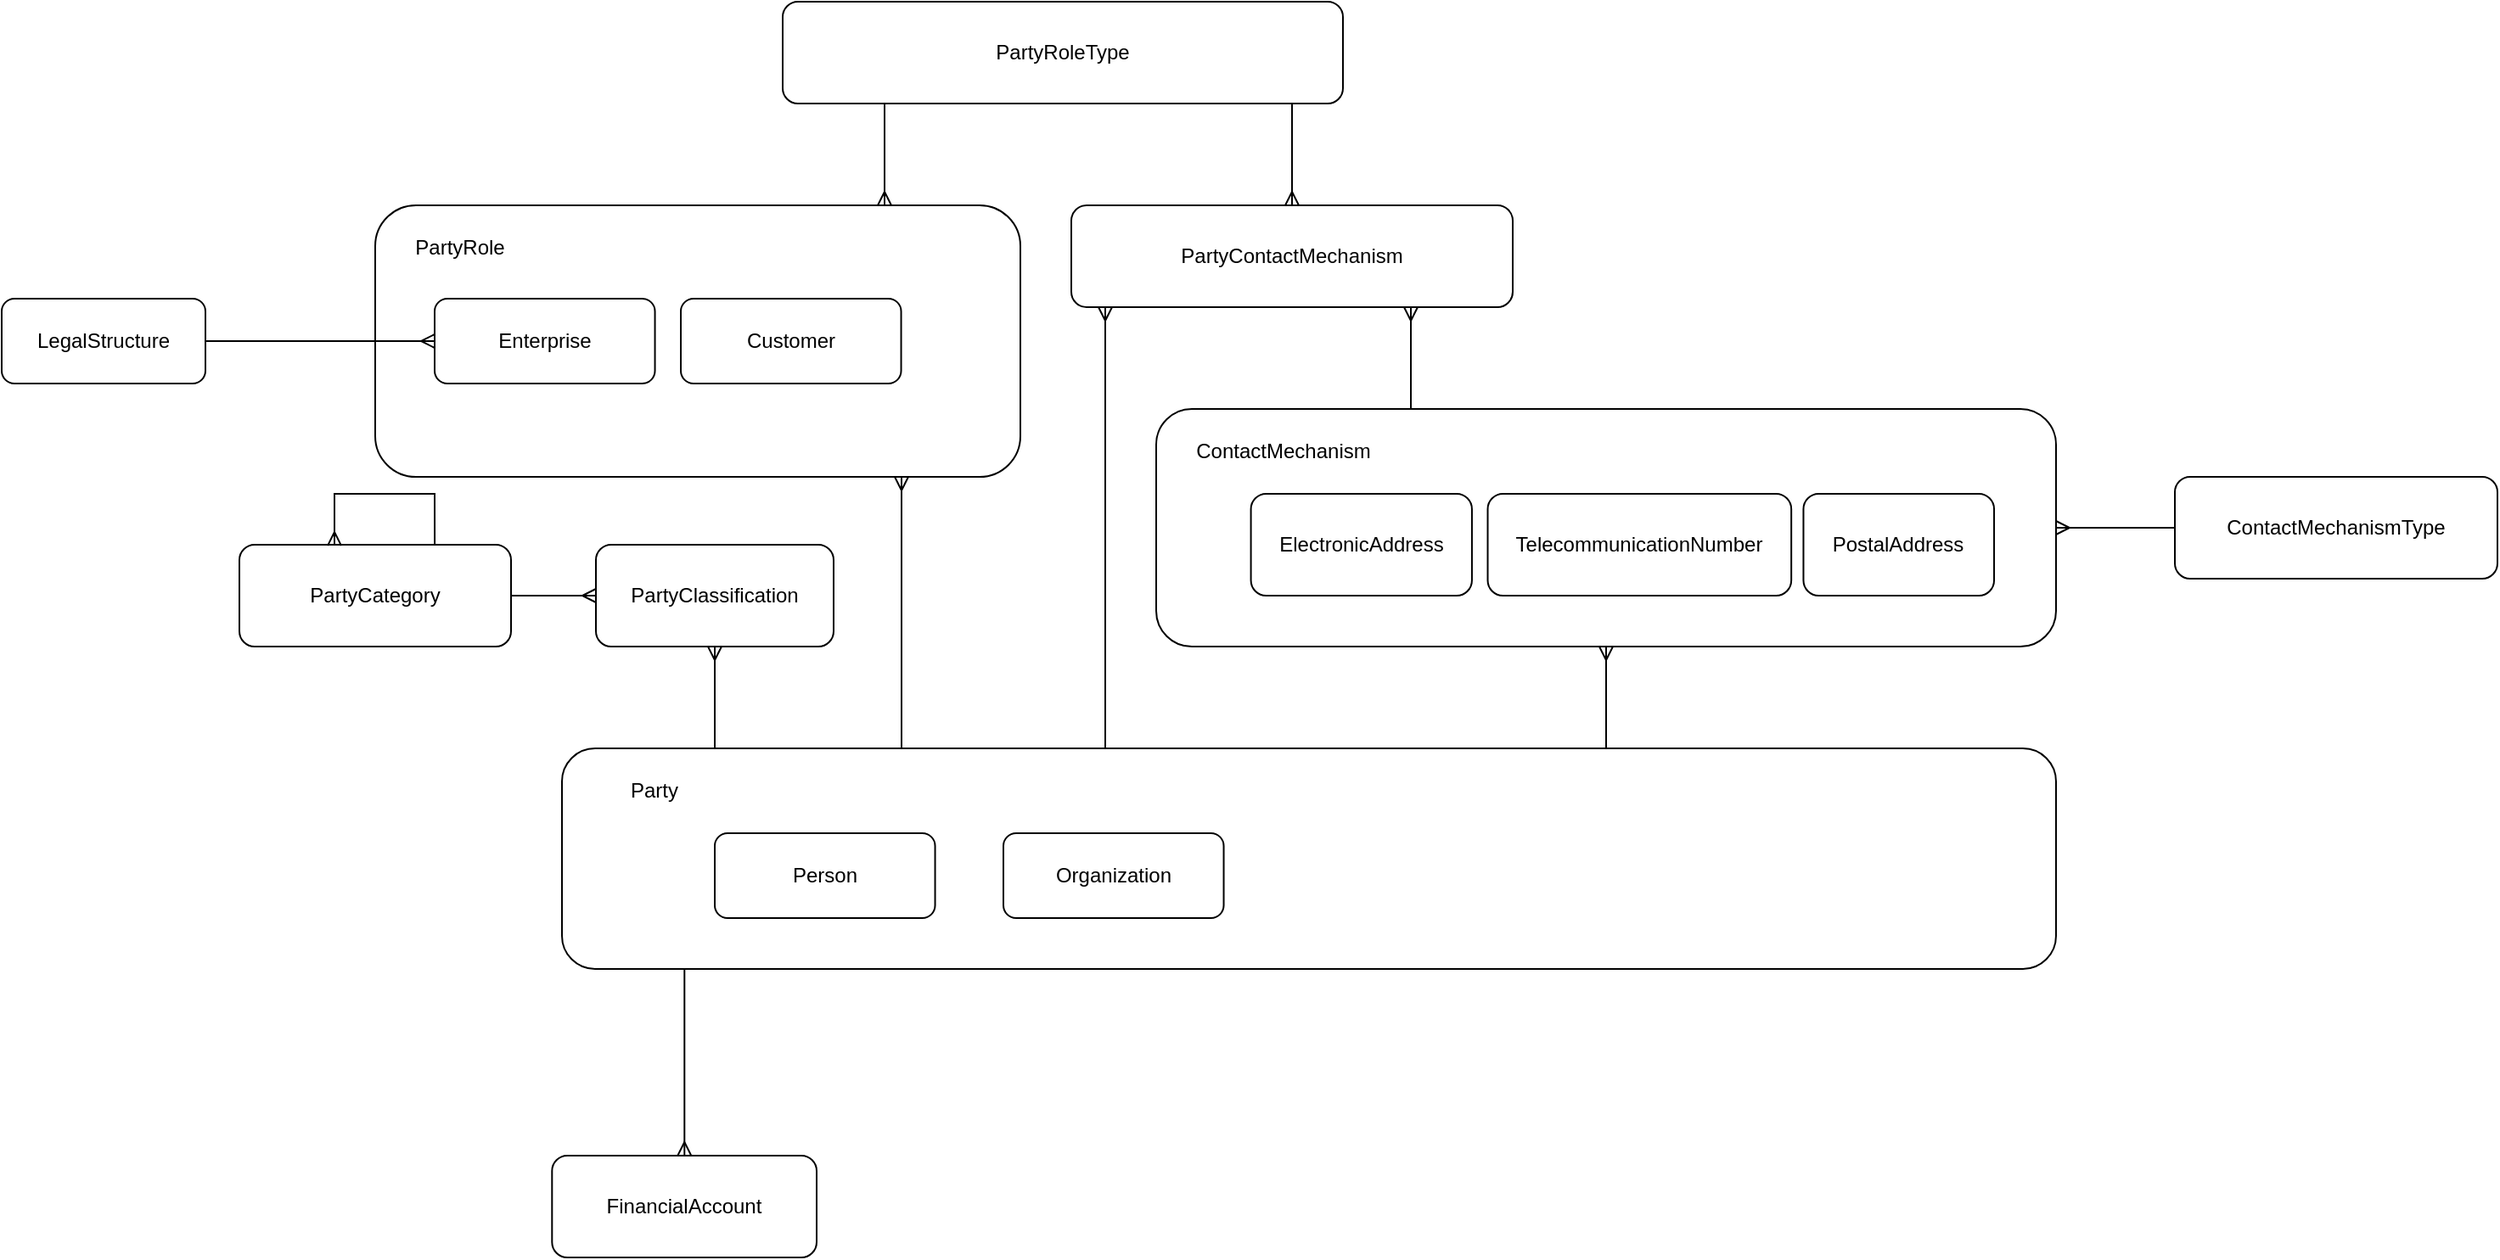
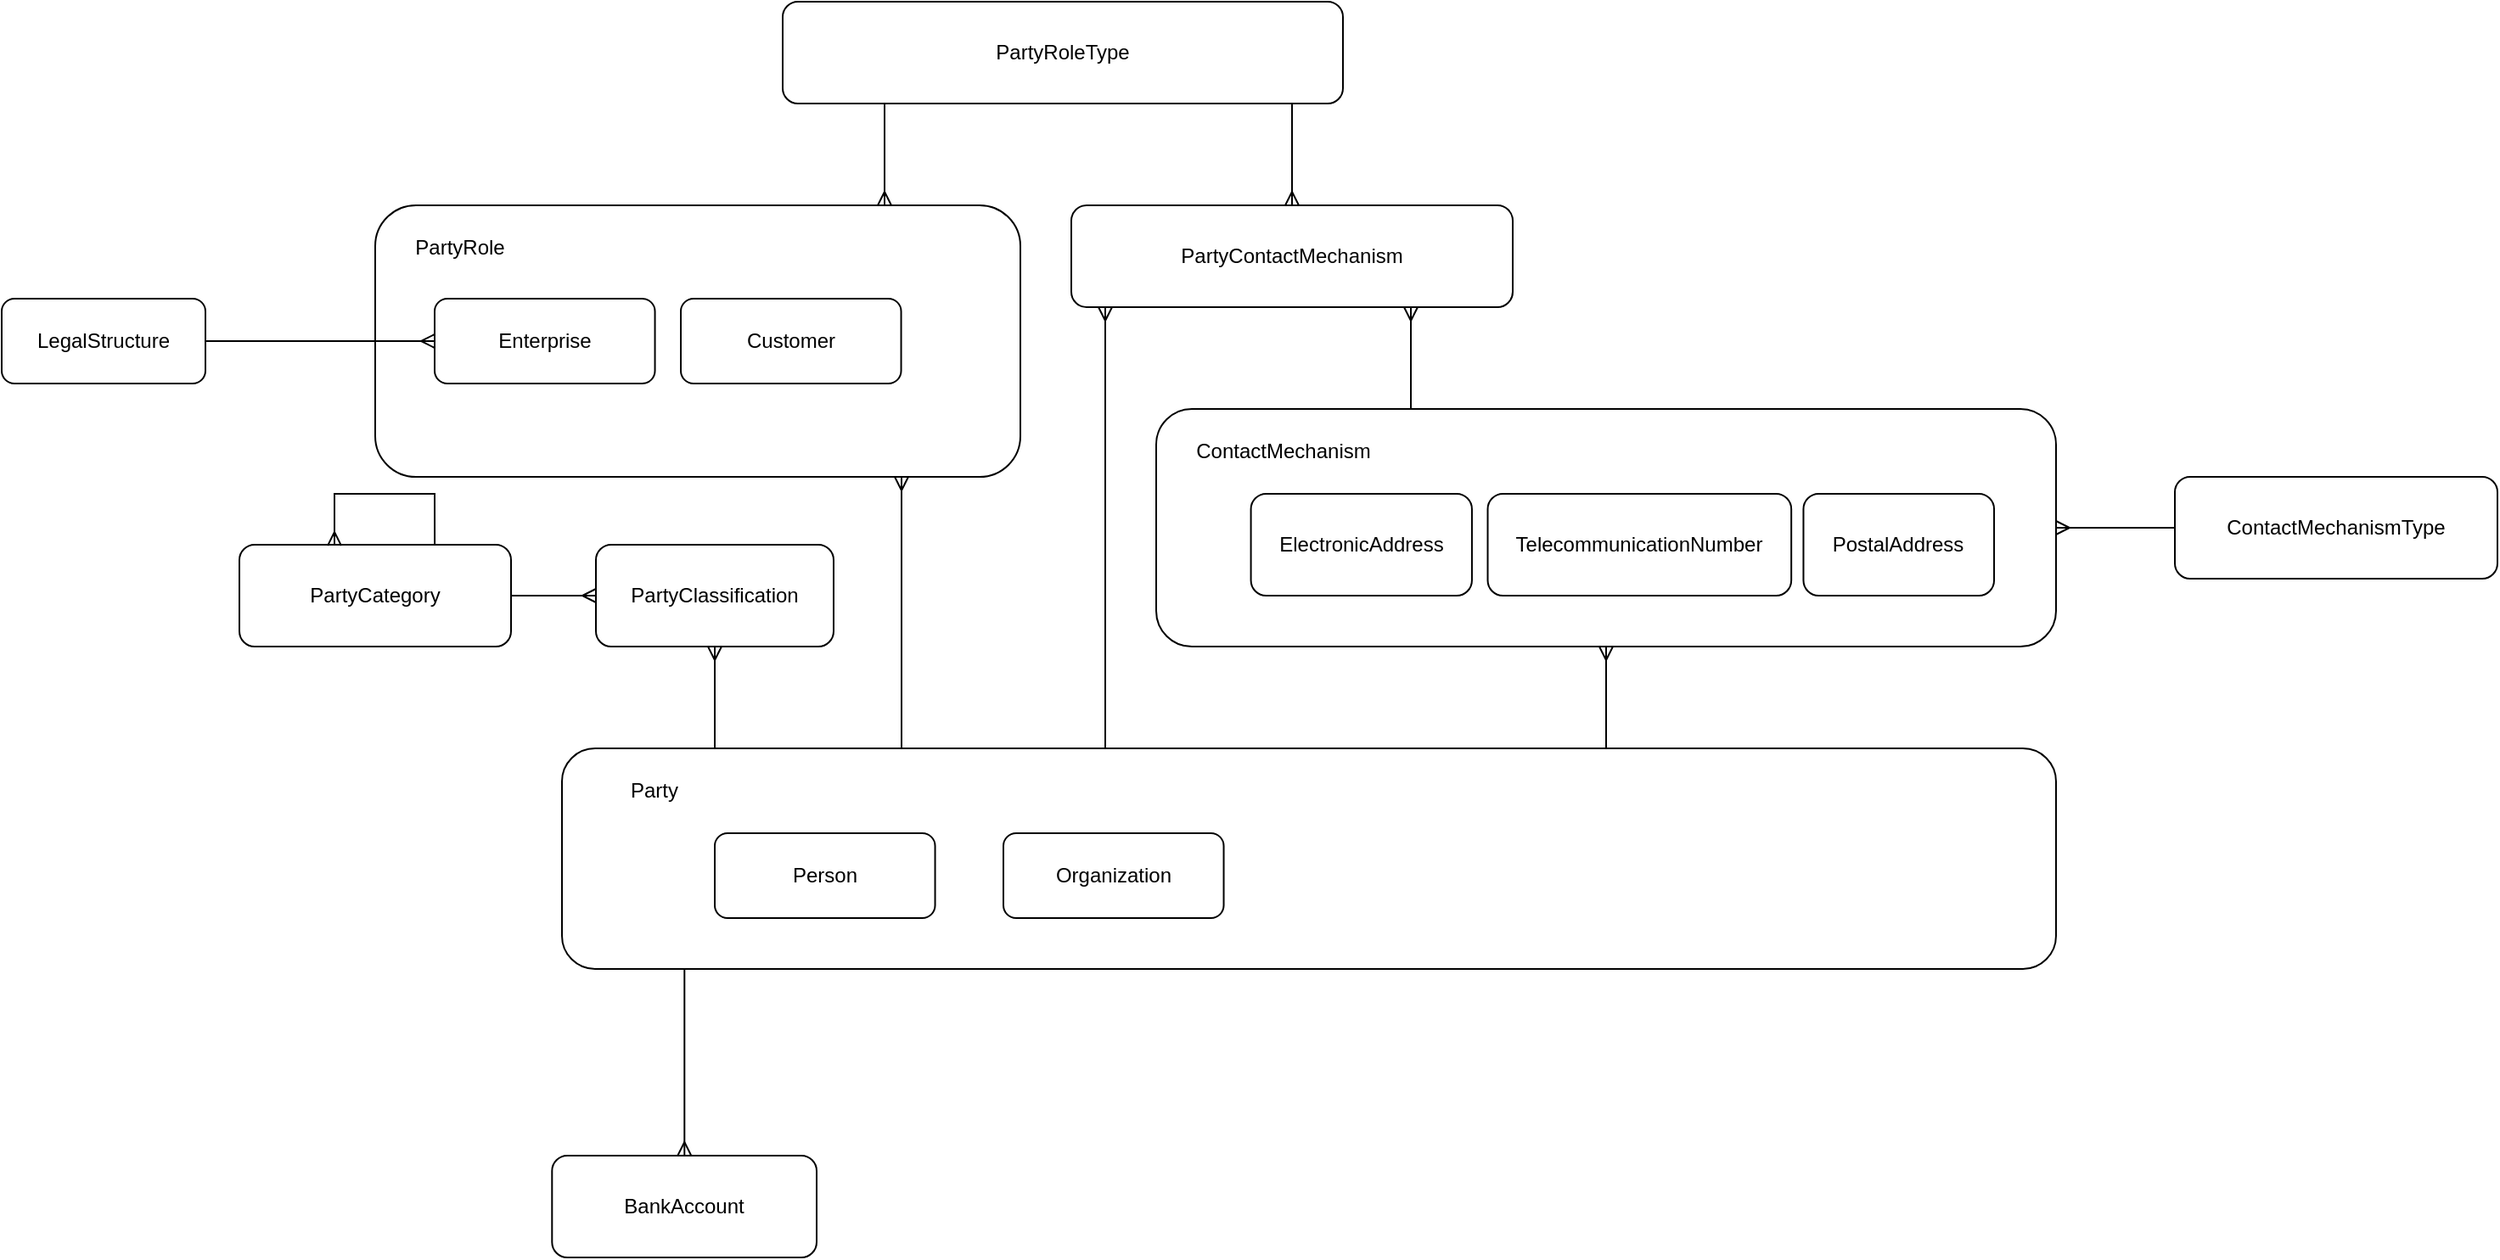
<mxfile host="app.diagrams.net" agent="Mozilla/5.0 (Windows NT 10.0; Win64; x64) AppleWebKit/537.36 (KHTML, like Gecko) Chrome/141.0.0.0 Safari/537.36" version="28.2.9">
  <diagram name="Page-1" id="d0nJ6Fx9cUZLMqGtfM0H">
-     <mxGraphModel dx="2076" dy="1832" grid="1" gridSize="10" guides="1" tooltips="1" connect="1" arrows="1" fold="1" page="1" pageScale="1" pageWidth="850" pageHeight="1100" math="0" shadow="0">
+     <mxGraphModel dx="1445" dy="1455" grid="1" gridSize="10" guides="1" tooltips="1" connect="1" arrows="1" fold="1" page="1" pageScale="1" pageWidth="850" pageHeight="1100" math="0" shadow="0">
      <root>
        <mxCell id="0" />
        <mxCell id="1" parent="0" />
        <mxCell id="tdPrWEJd15tEannaNgth-4" style="edgeStyle=orthogonalEdgeStyle;rounded=0;orthogonalLoop=1;jettySize=auto;html=1;startArrow=ERmany;startFill=0;endArrow=none;endFill=0;" edge="1" parent="1" source="tdPrWEJd15tEannaNgth-2" target="tdPrWEJd15tEannaNgth-3">
          <mxGeometry relative="1" as="geometry" />
        </mxCell>
        <mxCell id="tdPrWEJd15tEannaNgth-3" value="ContactMechanismType" style="rounded=1;whiteSpace=wrap;html=1;" vertex="1" parent="1">
          <mxGeometry x="600" y="250" width="190" height="60" as="geometry" />
        </mxCell>
        <mxCell id="tdPrWEJd15tEannaNgth-13" value="PartyRoleType" style="rounded=1;whiteSpace=wrap;html=1;" vertex="1" parent="1">
          <mxGeometry x="-220" y="-30" width="330" height="60" as="geometry" />
        </mxCell>
        <mxCell id="tdPrWEJd15tEannaNgth-14" style="edgeStyle=orthogonalEdgeStyle;rounded=0;orthogonalLoop=1;jettySize=auto;html=1;startArrow=ERmany;startFill=0;endArrow=none;endFill=0;" edge="1" parent="1" source="tdPrWEJd15tEannaNgth-15" target="tdPrWEJd15tEannaNgth-13">
          <mxGeometry relative="1" as="geometry">
            <mxPoint x="730" y="420" as="sourcePoint" />
            <mxPoint x="730" y="340" as="targetPoint" />
            <Array as="points">
              <mxPoint x="50" y="20" />
              <mxPoint x="50" y="20" />
            </Array>
          </mxGeometry>
        </mxCell>
        <mxCell id="tdPrWEJd15tEannaNgth-15" value="PartyContactMechanism" style="rounded=1;whiteSpace=wrap;html=1;" vertex="1" parent="1">
          <mxGeometry x="-50" y="90" width="260" height="60" as="geometry" />
        </mxCell>
        <mxCell id="tdPrWEJd15tEannaNgth-18" style="edgeStyle=orthogonalEdgeStyle;rounded=0;orthogonalLoop=1;jettySize=auto;html=1;startArrow=ERmany;startFill=0;endArrow=none;endFill=0;" edge="1" parent="1" source="tdPrWEJd15tEannaNgth-15">
          <mxGeometry relative="1" as="geometry">
            <mxPoint x="-30.00117647058829" y="130" as="sourcePoint" />
            <mxPoint x="-30.00117647058829" y="410" as="targetPoint" />
            <Array as="points">
              <mxPoint x="-30" y="210" />
              <mxPoint x="-30" y="210" />
            </Array>
          </mxGeometry>
        </mxCell>
        <mxCell id="tdPrWEJd15tEannaNgth-19" value="" style="group" vertex="1" connectable="0" parent="1">
          <mxGeometry y="210" width="530" height="140" as="geometry" />
        </mxCell>
        <mxCell id="tdPrWEJd15tEannaNgth-2" value="" style="rounded=1;whiteSpace=wrap;html=1;" vertex="1" parent="tdPrWEJd15tEannaNgth-19">
          <mxGeometry width="530" height="140" as="geometry" />
        </mxCell>
        <mxCell id="tdPrWEJd15tEannaNgth-5" value="ElectronicAddress" style="rounded=1;whiteSpace=wrap;html=1;" vertex="1" parent="tdPrWEJd15tEannaNgth-19">
          <mxGeometry x="55.78947368421052" y="50" width="130.17543859649123" height="60" as="geometry" />
        </mxCell>
        <mxCell id="tdPrWEJd15tEannaNgth-6" value="TelecommunicationNumber" style="rounded=1;whiteSpace=wrap;html=1;" vertex="1" parent="tdPrWEJd15tEannaNgth-19">
          <mxGeometry x="195.26315789473682" y="50" width="178.81456140350878" height="60" as="geometry" />
        </mxCell>
        <mxCell id="tdPrWEJd15tEannaNgth-7" value="ContactMechanism" style="text;html=1;whiteSpace=wrap;strokeColor=none;fillColor=none;align=center;verticalAlign=middle;rounded=0;" vertex="1" parent="tdPrWEJd15tEannaNgth-19">
          <mxGeometry x="27.896882591093107" y="10" width="94.41295546558705" height="30" as="geometry" />
        </mxCell>
        <mxCell id="tdPrWEJd15tEannaNgth-8" value="PostalAddress" style="rounded=1;whiteSpace=wrap;html=1;" vertex="1" parent="tdPrWEJd15tEannaNgth-19">
          <mxGeometry x="381.2280701754386" y="50" width="112.29491228070175" height="60" as="geometry" />
        </mxCell>
        <mxCell id="tdPrWEJd15tEannaNgth-20" style="edgeStyle=orthogonalEdgeStyle;rounded=0;orthogonalLoop=1;jettySize=auto;html=1;startArrow=ERmany;startFill=0;endArrow=none;endFill=0;" edge="1" parent="1" source="tdPrWEJd15tEannaNgth-15" target="tdPrWEJd15tEannaNgth-2">
          <mxGeometry relative="1" as="geometry">
            <mxPoint x="370" y="120" as="sourcePoint" />
            <mxPoint x="370" y="430" as="targetPoint" />
            <Array as="points">
              <mxPoint x="150" y="160" />
              <mxPoint x="150" y="160" />
            </Array>
          </mxGeometry>
        </mxCell>
        <mxCell id="tdPrWEJd15tEannaNgth-21" style="edgeStyle=orthogonalEdgeStyle;rounded=0;orthogonalLoop=1;jettySize=auto;html=1;startArrow=ERmany;startFill=0;endArrow=none;endFill=0;" edge="1" parent="1" source="tdPrWEJd15tEannaNgth-2" target="tdPrWEJd15tEannaNgth-1">
          <mxGeometry relative="1" as="geometry">
            <mxPoint x="240" y="400" as="sourcePoint" />
            <mxPoint x="240" y="470" as="targetPoint" />
            <Array as="points">
              <mxPoint x="305" y="420" />
              <mxPoint x="305" y="420" />
            </Array>
          </mxGeometry>
        </mxCell>
        <mxCell id="tdPrWEJd15tEannaNgth-22" value="LegalStructure" style="rounded=1;whiteSpace=wrap;html=1;" vertex="1" parent="1">
          <mxGeometry x="-680" y="145" width="120" height="50" as="geometry" />
        </mxCell>
        <mxCell id="tdPrWEJd15tEannaNgth-27" value="PartyClassification" style="rounded=1;whiteSpace=wrap;html=1;" vertex="1" parent="1">
          <mxGeometry x="-330" y="290" width="140" height="60" as="geometry" />
        </mxCell>
        <mxCell id="tdPrWEJd15tEannaNgth-28" value="PartyCategory" style="rounded=1;whiteSpace=wrap;html=1;" vertex="1" parent="1">
          <mxGeometry x="-540" y="290" width="160" height="60" as="geometry" />
        </mxCell>
        <mxCell id="tdPrWEJd15tEannaNgth-31" style="edgeStyle=orthogonalEdgeStyle;rounded=0;orthogonalLoop=1;jettySize=auto;html=1;startArrow=ERmany;startFill=0;endArrow=none;endFill=0;" edge="1" parent="1" source="tdPrWEJd15tEannaNgth-27" target="tdPrWEJd15tEannaNgth-1">
          <mxGeometry relative="1" as="geometry">
            <mxPoint x="-260" y="180" as="sourcePoint" />
            <mxPoint x="-260" y="250" as="targetPoint" />
            <Array as="points">
              <mxPoint x="-260" y="370" />
              <mxPoint x="-260" y="370" />
            </Array>
          </mxGeometry>
        </mxCell>
        <mxCell id="tdPrWEJd15tEannaNgth-32" style="edgeStyle=orthogonalEdgeStyle;rounded=0;orthogonalLoop=1;jettySize=auto;html=1;startArrow=ERmany;startFill=0;endArrow=none;endFill=0;" edge="1" parent="1" source="tdPrWEJd15tEannaNgth-27" target="tdPrWEJd15tEannaNgth-28">
          <mxGeometry relative="1" as="geometry">
            <mxPoint x="-230" y="200" as="sourcePoint" />
            <mxPoint x="-230" y="270" as="targetPoint" />
            <Array as="points" />
          </mxGeometry>
        </mxCell>
        <mxCell id="tdPrWEJd15tEannaNgth-33" style="edgeStyle=orthogonalEdgeStyle;rounded=0;orthogonalLoop=1;jettySize=auto;html=1;startArrow=ERmany;startFill=0;endArrow=none;endFill=0;exitX=0.35;exitY=0.009;exitDx=0;exitDy=0;exitPerimeter=0;entryX=0.719;entryY=0;entryDx=0;entryDy=0;entryPerimeter=0;" edge="1" parent="1" source="tdPrWEJd15tEannaNgth-28" target="tdPrWEJd15tEannaNgth-28">
          <mxGeometry relative="1" as="geometry">
            <mxPoint x="-485" y="280" as="sourcePoint" />
            <mxPoint x="-425" y="280" as="targetPoint" />
            <Array as="points">
              <mxPoint x="-484" y="260" />
              <mxPoint x="-425" y="260" />
            </Array>
          </mxGeometry>
        </mxCell>
        <mxCell id="tdPrWEJd15tEannaNgth-35" value="" style="rounded=1;whiteSpace=wrap;html=1;" vertex="1" parent="1">
          <mxGeometry x="-460" y="90" width="380" height="160" as="geometry" />
        </mxCell>
        <mxCell id="tdPrWEJd15tEannaNgth-37" style="edgeStyle=orthogonalEdgeStyle;rounded=0;orthogonalLoop=1;jettySize=auto;html=1;startArrow=ERmany;startFill=0;endArrow=none;endFill=0;" edge="1" parent="1" source="tdPrWEJd15tEannaNgth-35" target="tdPrWEJd15tEannaNgth-1">
          <mxGeometry relative="1" as="geometry">
            <mxPoint x="-130" y="350" as="sourcePoint" />
            <mxPoint x="-130" y="420" as="targetPoint" />
            <Array as="points">
              <mxPoint x="-150" y="260" />
              <mxPoint x="-150" y="260" />
            </Array>
          </mxGeometry>
        </mxCell>
        <mxCell id="tdPrWEJd15tEannaNgth-38" style="edgeStyle=orthogonalEdgeStyle;rounded=0;orthogonalLoop=1;jettySize=auto;html=1;startArrow=ERmany;startFill=0;endArrow=none;endFill=0;" edge="1" parent="1" source="tdPrWEJd15tEannaNgth-35" target="tdPrWEJd15tEannaNgth-13">
          <mxGeometry relative="1" as="geometry">
            <mxPoint x="-150" y="160" as="sourcePoint" />
            <mxPoint x="-150" y="10" as="targetPoint" />
            <Array as="points">
              <mxPoint x="-160" y="50" />
              <mxPoint x="-160" y="50" />
            </Array>
          </mxGeometry>
        </mxCell>
        <mxCell id="tdPrWEJd15tEannaNgth-1" value="" style="rounded=1;whiteSpace=wrap;html=1;" vertex="1" parent="1">
          <mxGeometry x="-350" y="410" width="880" height="130" as="geometry" />
        </mxCell>
        <mxCell id="tdPrWEJd15tEannaNgth-9" value="Party" style="text;html=1;whiteSpace=wrap;strokeColor=none;fillColor=none;align=center;verticalAlign=middle;rounded=0;" vertex="1" parent="1">
          <mxGeometry x="-336.46153846153845" y="420" width="81.23076923076923" height="30" as="geometry" />
        </mxCell>
        <mxCell id="tdPrWEJd15tEannaNgth-17" value="Enterprise" style="rounded=1;whiteSpace=wrap;html=1;" vertex="1" parent="1">
          <mxGeometry x="-424.99999999999994" y="145" width="129.77" height="50" as="geometry" />
        </mxCell>
        <mxCell id="tdPrWEJd15tEannaNgth-40" value="PartyRole" style="text;html=1;whiteSpace=wrap;strokeColor=none;fillColor=none;align=center;verticalAlign=middle;rounded=0;" vertex="1" parent="1">
          <mxGeometry x="-440" y="100" width="60" height="30" as="geometry" />
        </mxCell>
        <mxCell id="tdPrWEJd15tEannaNgth-42" style="edgeStyle=orthogonalEdgeStyle;rounded=0;orthogonalLoop=1;jettySize=auto;html=1;startArrow=ERmany;startFill=0;endArrow=none;endFill=0;" edge="1" parent="1" source="tdPrWEJd15tEannaNgth-17" target="tdPrWEJd15tEannaNgth-22">
          <mxGeometry relative="1" as="geometry">
            <mxPoint x="-90" y="310" as="sourcePoint" />
            <mxPoint x="-90" y="470" as="targetPoint" />
            <Array as="points" />
          </mxGeometry>
        </mxCell>
        <mxCell id="tdPrWEJd15tEannaNgth-43" value="Customer" style="rounded=1;whiteSpace=wrap;html=1;" vertex="1" parent="1">
          <mxGeometry x="-280" y="145" width="129.77" height="50" as="geometry" />
        </mxCell>
        <mxCell id="tdPrWEJd15tEannaNgth-44" value="Person" style="rounded=1;whiteSpace=wrap;html=1;" vertex="1" parent="1">
          <mxGeometry x="-260" y="460" width="129.77" height="50" as="geometry" />
        </mxCell>
        <mxCell id="tdPrWEJd15tEannaNgth-45" value="Organization" style="rounded=1;whiteSpace=wrap;html=1;" vertex="1" parent="1">
          <mxGeometry x="-90" y="460" width="129.77" height="50" as="geometry" />
        </mxCell>
-         <mxCell id="tdPrWEJd15tEannaNgth-46" value="FinancialAccount" style="rounded=1;whiteSpace=wrap;html=1;" vertex="1" parent="1">
+         <mxCell id="tdPrWEJd15tEannaNgth-46" value="BankAccount" style="rounded=1;whiteSpace=wrap;html=1;" vertex="1" parent="1">
          <mxGeometry x="-355.85" y="650" width="155.85" height="60" as="geometry" />
        </mxCell>
        <mxCell id="tdPrWEJd15tEannaNgth-47" style="edgeStyle=orthogonalEdgeStyle;rounded=0;orthogonalLoop=1;jettySize=auto;html=1;startArrow=ERmany;startFill=0;endArrow=none;endFill=0;" edge="1" parent="1" source="tdPrWEJd15tEannaNgth-46" target="tdPrWEJd15tEannaNgth-1">
          <mxGeometry relative="1" as="geometry">
            <mxPoint x="-80" y="670" as="sourcePoint" />
            <mxPoint x="-80" y="730" as="targetPoint" />
            <Array as="points">
              <mxPoint x="-278" y="610" />
              <mxPoint x="-278" y="610" />
            </Array>
          </mxGeometry>
        </mxCell>
      </root>
    </mxGraphModel>
  </diagram>
</mxfile>
